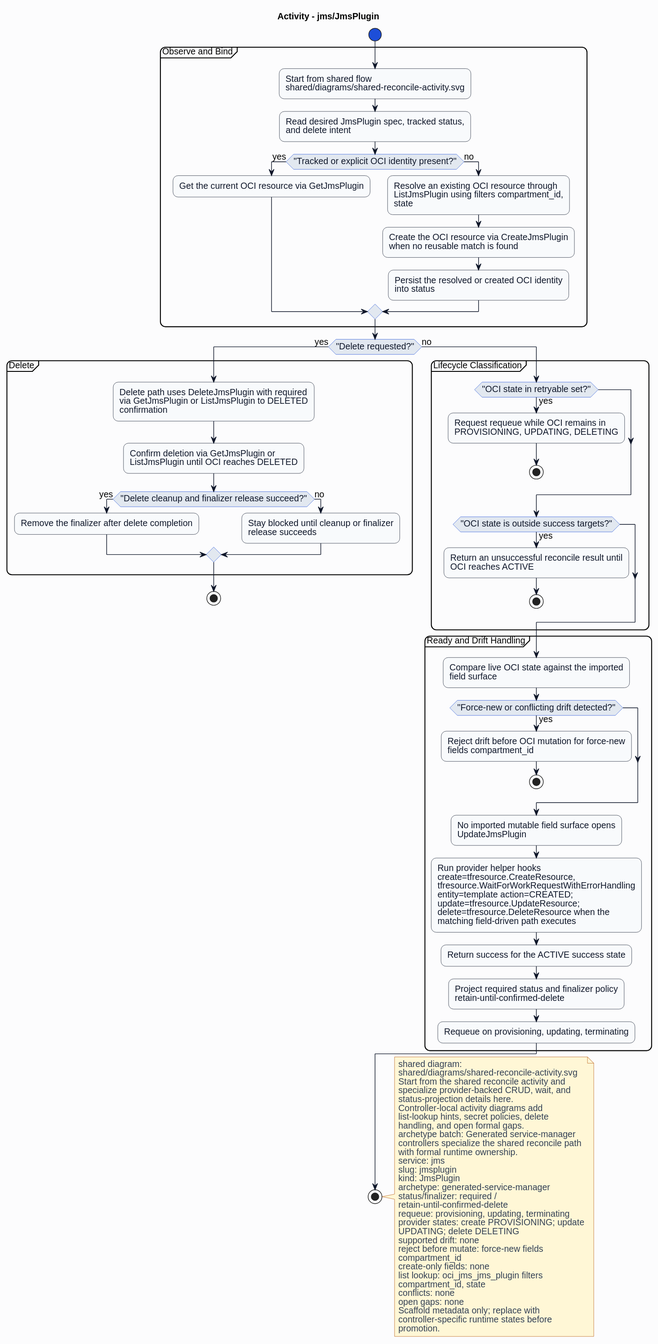
The PlantUML diagram formal/controllers/jms/jmsplugin/diagrams/activity.svg in HaoyL666/oci-service-operator, before a commit.
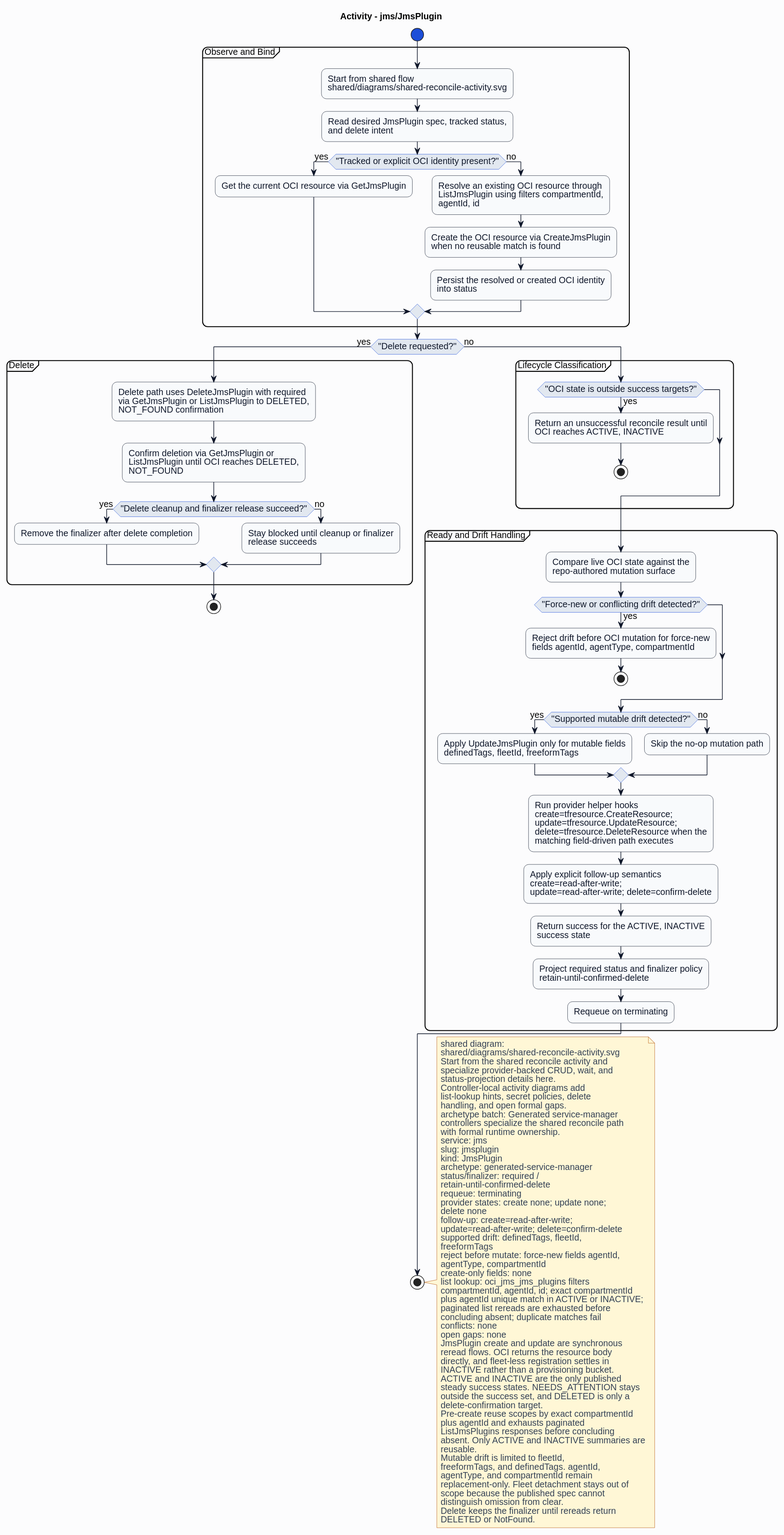
Above is the later version.

Diff of the diagram source:
```diff
@@ -27,15 +27,15 @@
 if ("Tracked or explicit OCI identity present?") then (yes)
 :Get the current OCI resource via GetJmsPlugin;
 else (no)
-:Resolve an existing OCI resource through\nListJmsPlugin using filters compartment_id,\nstate;
+:Resolve an existing OCI resource through\nListJmsPlugin using filters compartmentId,\nagentId, id;
 :Create the OCI resource via CreateJmsPlugin\nwhen no reusable match is found;
 :Persist the resolved or created OCI identity\ninto status;
 endif
 }
 if ("Delete requested?") then (yes)
 partition "Delete" {
-:Delete path uses DeleteJmsPlugin with required\nvia GetJmsPlugin or ListJmsPlugin to DELETED\nconfirmation;
-:Confirm deletion via GetJmsPlugin or\nListJmsPlugin until OCI reaches DELETED;
+:Delete path uses DeleteJmsPlugin with required\nvia GetJmsPlugin or ListJmsPlugin to DELETED,\nNOT_FOUND confirmation;
+:Confirm deletion via GetJmsPlugin or\nListJmsPlugin until OCI reaches DELETED,\nNOT_FOUND;
 if ("Delete cleanup and finalizer release succeed?") then (yes)
 :Remove the finalizer after delete completion;
 else (no)
@@ -45,26 +45,27 @@
 stop
 else (no)
 partition "Lifecycle Classification" {
-if ("OCI state in retryable set?") then (yes)
-:Request requeue while OCI remains in\nPROVISIONING, UPDATING, DELETING;
-stop
-endif
 if ("OCI state is outside success targets?") then (yes)
-:Return an unsuccessful reconcile result until\nOCI reaches ACTIVE;
+:Return an unsuccessful reconcile result until\nOCI reaches ACTIVE, INACTIVE;
 stop
 endif
 }
 partition "Ready and Drift Handling" {
-:Compare live OCI state against the imported\nfield surface;
+:Compare live OCI state against the\nrepo-authored mutation surface;
 if ("Force-new or conflicting drift detected?") then (yes)
-:Reject drift before OCI mutation for force-new\nfields compartment_id;
+:Reject drift before OCI mutation for force-new\nfields agentId, agentType, compartmentId;
 stop
 endif
-:No imported mutable field surface opens\nUpdateJmsPlugin;
-:Run provider helper hooks\ncreate=tfresource.CreateResource,\ntfresource.WaitForWorkRequestWithErrorHandling\nentity=template action=CREATED;\nupdate=tfresource.UpdateResource;\ndelete=tfresource.DeleteResource when the\nmatching field-driven path executes;
-:Return success for the ACTIVE success state;
+if ("Supported mutable drift detected?") then (yes)
+:Apply UpdateJmsPlugin only for mutable fields\ndefinedTags, fleetId, freeformTags;
+else (no)
+:Skip the no-op mutation path;
+endif
+:Run provider helper hooks\ncreate=tfresource.CreateResource;\nupdate=tfresource.UpdateResource;\ndelete=tfresource.DeleteResource when the\nmatching field-driven path executes;
+:Apply explicit follow-up semantics\ncreate=read-after-write;\nupdate=read-after-write; delete=confirm-delete;
+:Return success for the ACTIVE, INACTIVE\nsuccess state;
 :Project required status and finalizer policy\nretain-until-confirmed-delete;
-:Requeue on provisioning, updating, terminating;
+:Requeue on terminating;
 }
 endif
 stop
@@ -86,19 +87,43 @@
 archetype: generated-service-manager
 status/finalizer: required /
 retain-until-confirmed-delete
-requeue: provisioning, updating, terminating
-provider states: create PROVISIONING; update
-UPDATING; delete DELETING
-supported drift: none
-reject before mutate: force-new fields
-compartment_id
+requeue: terminating
+provider states: create none; update none;
+delete none
+follow-up: create=read-after-write;
+update=read-after-write; delete=confirm-delete
+supported drift: definedTags, fleetId,
+freeformTags
+reject before mutate: force-new fields agentId,
+agentType, compartmentId
 create-only fields: none
-list lookup: oci_jms_jms_plugin filters
-compartment_id, state
+list lookup: oci_jms_jms_plugins filters
+compartmentId, agentId, id; exact compartmentId
+plus agentId unique match in ACTIVE or INACTIVE;
+paginated list rereads are exhausted before
+concluding absent; duplicate matches fail
 conflicts: none
 open gaps: none
-Scaffold metadata only; replace with
-controller-specific runtime states before
-promotion.
+JmsPlugin create and update are synchronous
+reread flows. OCI returns the resource body
+directly, and fleet-less registration settles in
+INACTIVE rather than a provisioning bucket.
+ACTIVE and INACTIVE are the only published
+steady success states. NEEDS_ATTENTION stays
+outside the success set, and DELETED is only a
+delete-confirmation target.
+Pre-create reuse scopes by exact compartmentId
+plus agentId and exhausts paginated
+ListJmsPlugins responses before concluding
+absent. Only ACTIVE and INACTIVE summaries are
+reusable.
+Mutable drift is limited to fleetId,
+freeformTags, and definedTags. agentId,
+agentType, and compartmentId remain
+replacement-only. Fleet detachment stays out of
+scope because the published spec cannot
+distinguish omission from clear.
+Delete keeps the finalizer until rereads return
+DELETED or NotFound.
 end note
 @enduml
```
